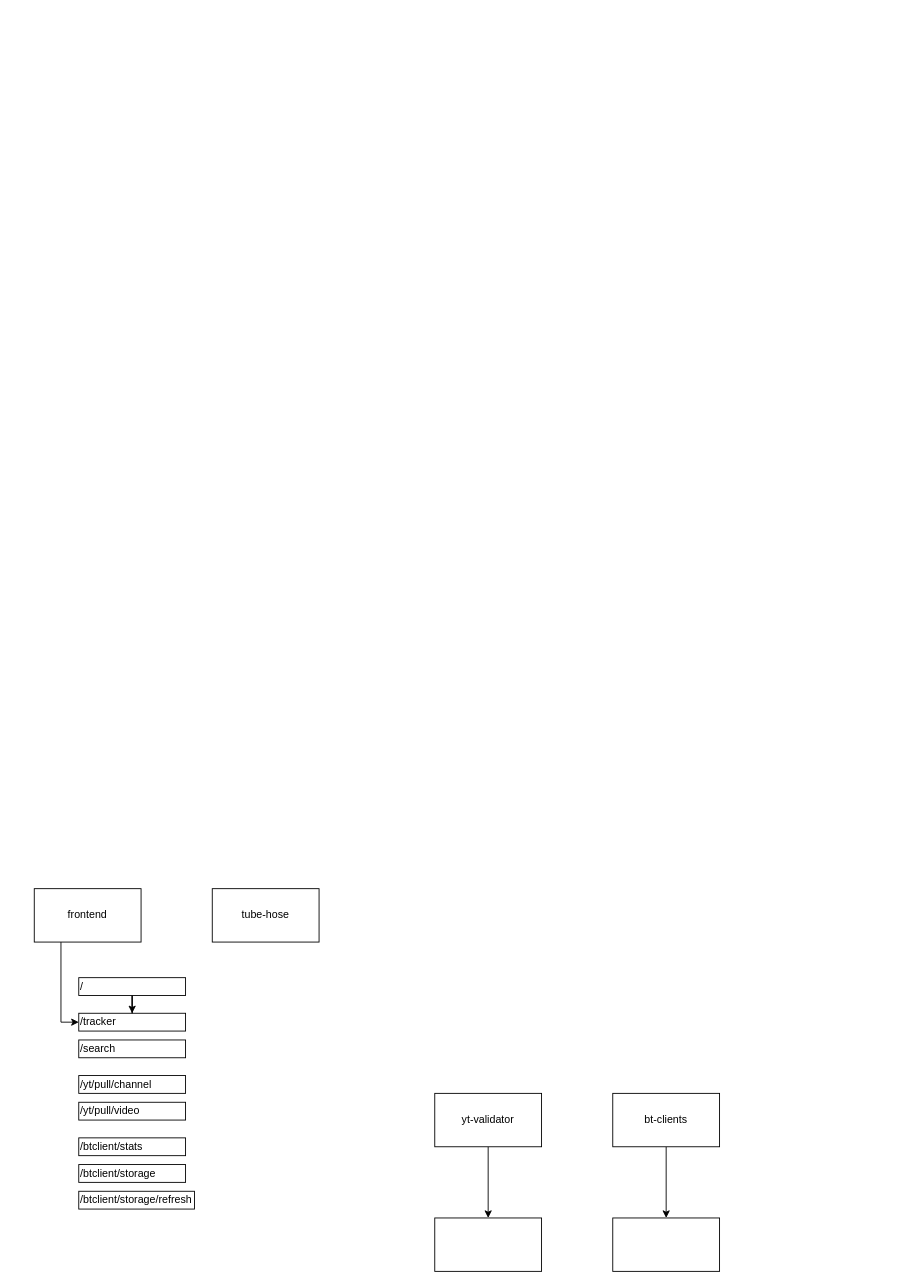
This is shiori.drawio from TheLQ/tako-diagrams, a draw.io file, before an edit. Source tidied: cells renumbered, new cells numbered last; positions are measured from the earlier drawing's top-left corner, leaving out a move shared by most shapes. Both pictures are drawn from the tidied source at 89%, with x=0, y=0 at pixel (34, 888).
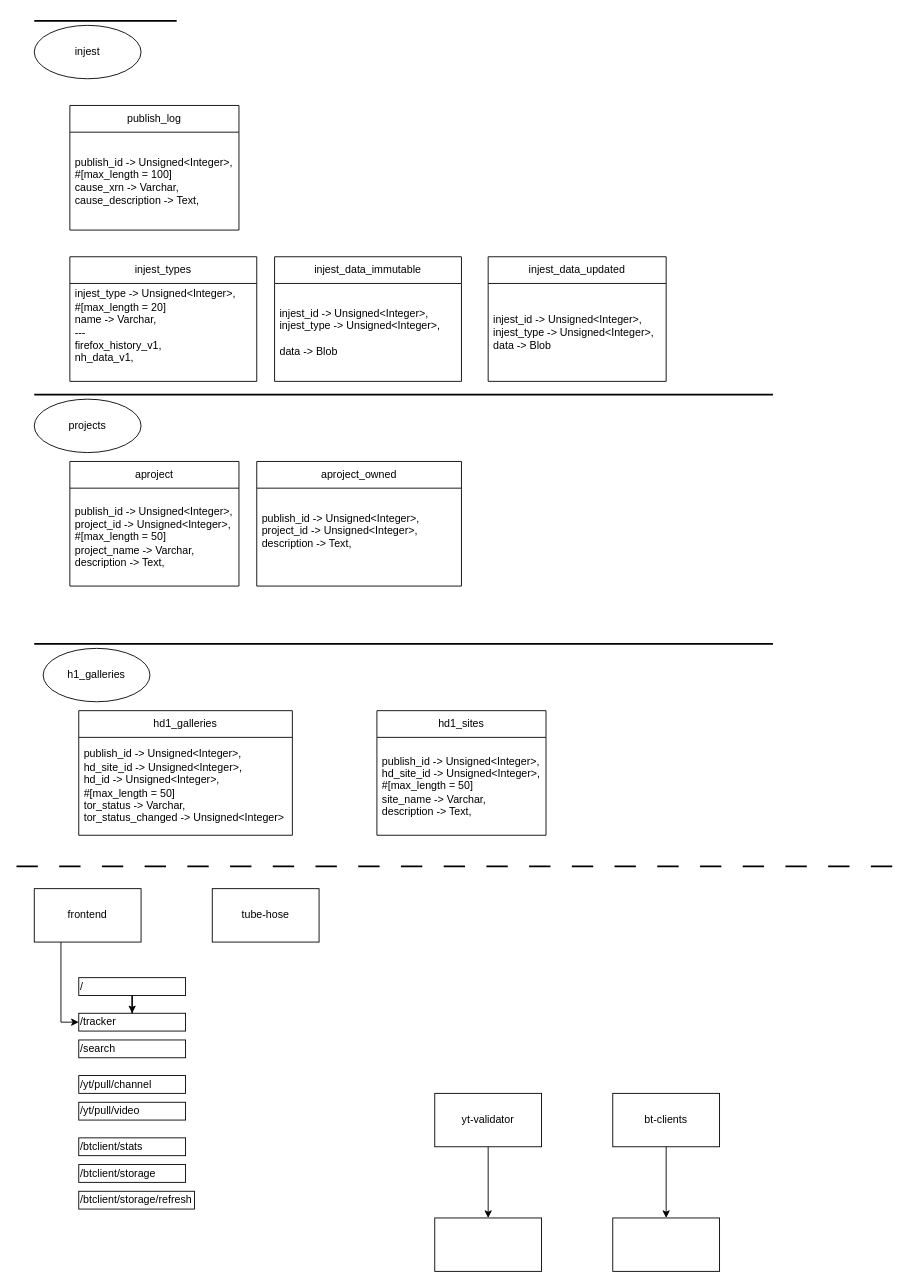
After the change.

Commit message:
shiori: more tables

What changed in the source:
```diff
@@
+    <mxCell id="20" style="line;strokeWidth=2;html=1;dashed=1;dashPattern=12 12;" parent="1" vertex="1">
+      <mxGeometry x="-20" y="-30" width="1000" height="10" as="geometry" />
+    </mxCell>
+    <mxCell id="21" value="injest" style="ellipse;whiteSpace=wrap;html=1;" parent="1" vertex="1">
+      <mxGeometry y="-970" width="120" height="60" as="geometry" />
+    </mxCell>
+    <mxCell id="22" style="line;strokeWidth=2;html=1;" parent="1" vertex="1">
+      <mxGeometry y="-980" width="160" height="10" as="geometry" />
+    </mxCell>
+    <mxCell id="23" value="aproject" style="swimlane;fontStyle=0;horizontal=1;startSize=30;whiteSpace=wrap;html=1;" parent="1" vertex="1">
+      <mxGeometry x="40" y="-480" width="190" height="140" as="geometry" />
+    </mxCell>
+    <mxCell id="24" value="&lt;div&gt;&lt;div&gt;publish_id&amp;nbsp;-&amp;gt; Unsigned&amp;lt;Integer&amp;gt;,&lt;/div&gt;&lt;/div&gt;&lt;div&gt;project_id -&amp;gt; Unsigned&amp;lt;Integer&amp;gt;,&lt;/div&gt;&lt;div&gt;#[max_length = 50]&lt;/div&gt;project_name -&amp;gt; Varchar,&lt;br&gt;description -&amp;gt; Text," style="text;strokeColor=none;fillColor=none;align=left;verticalAlign=middle;spacingLeft=4;spacingRight=4;overflow=hidden;whiteSpace=wrap;html=1;" parent="23" vertex="1">
+      <mxGeometry y="30" width="190" height="110" as="geometry" />
+    </mxCell>
+    <mxCell id="25" value="aproject_owned" style="swimlane;fontStyle=0;horizontal=1;startSize=30;whiteSpace=wrap;html=1;" parent="1" vertex="1">
+      <mxGeometry x="250" y="-480" width="230" height="140" as="geometry" />
+    </mxCell>
+    <mxCell id="26" value="&lt;div&gt;publish_id&amp;nbsp;-&amp;gt; Unsigned&amp;lt;Integer&amp;gt;,&lt;/div&gt;&lt;div&gt;project_id -&amp;gt; Unsigned&amp;lt;Integer&amp;gt;,&lt;/div&gt;description -&amp;gt; Text,&lt;br&gt;&lt;div&gt;&lt;br&gt;&lt;/div&gt;" style="text;strokeColor=none;fillColor=none;align=left;verticalAlign=middle;spacingLeft=4;spacingRight=4;overflow=hidden;whiteSpace=wrap;html=1;" parent="25" vertex="1">
+      <mxGeometry y="30" width="230" height="110" as="geometry" />
+    </mxCell>
+    <mxCell id="27" value="publish_log" style="swimlane;fontStyle=0;horizontal=1;startSize=30;whiteSpace=wrap;html=1;" parent="1" vertex="1">
+      <mxGeometry x="40" y="-880" width="190" height="140" as="geometry" />
+    </mxCell>
+    <mxCell id="28" value="&lt;div&gt;publish_id&amp;nbsp;-&amp;gt; Unsigned&amp;lt;Integer&amp;gt;,&lt;/div&gt;&lt;div&gt;#[max_length = 100]&lt;/div&gt;&lt;div&gt;cause_xrn -&amp;gt; Varchar,&lt;/div&gt;&lt;div&gt;cause_description -&amp;gt; Text,&lt;/div&gt;" style="text;strokeColor=none;fillColor=none;align=left;verticalAlign=middle;spacingLeft=4;spacingRight=4;overflow=hidden;whiteSpace=wrap;html=1;" parent="27" vertex="1">
+      <mxGeometry y="30" width="190" height="110" as="geometry" />
+    </mxCell>
+    <mxCell id="29" value="injest_data_immutable" style="swimlane;fontStyle=0;horizontal=1;startSize=30;whiteSpace=wrap;html=1;" parent="1" vertex="1">
+      <mxGeometry x="270" y="-710" width="210" height="140" as="geometry" />
+    </mxCell>
+    <mxCell id="30" value="&lt;div&gt;injest_id -&amp;gt; Unsigned&amp;lt;Integer&amp;gt;,&lt;/div&gt;&lt;div&gt;&lt;div&gt;injest_type -&amp;gt; Unsigned&amp;lt;Integer&amp;gt;,&lt;/div&gt;&lt;div&gt;&lt;br&gt;&lt;/div&gt;data -&amp;gt; Blob&lt;/div&gt;" style="text;strokeColor=none;fillColor=none;align=left;verticalAlign=middle;spacingLeft=4;spacingRight=4;overflow=hidden;whiteSpace=wrap;html=1;" parent="29" vertex="1">
+      <mxGeometry y="30" width="210" height="110" as="geometry" />
+    </mxCell>
+    <mxCell id="31" value="injest_data_updated" style="swimlane;fontStyle=0;horizontal=1;startSize=30;whiteSpace=wrap;html=1;" parent="1" vertex="1">
+      <mxGeometry x="510" y="-710" width="200" height="140" as="geometry" />
+    </mxCell>
+    <mxCell id="32" value="&lt;div&gt;injest_id -&amp;gt; Unsigned&amp;lt;Integer&amp;gt;,&lt;/div&gt;&lt;div&gt;injest_type -&amp;gt; Unsigned&amp;lt;Integer&amp;gt;,&lt;/div&gt;&lt;div&gt;data -&amp;gt; Blob&lt;/div&gt;" style="text;strokeColor=none;fillColor=none;align=left;verticalAlign=middle;spacingLeft=4;spacingRight=4;overflow=hidden;whiteSpace=wrap;html=1;" parent="31" vertex="1">
+      <mxGeometry y="30" width="200" height="110" as="geometry" />
+    </mxCell>
+    <mxCell id="33" value="injest_types" style="swimlane;fontStyle=0;horizontal=1;startSize=30;whiteSpace=wrap;html=1;" parent="1" vertex="1">
+      <mxGeometry x="40" y="-710" width="210" height="140" as="geometry" />
+    </mxCell>
+    <mxCell id="34" value="&lt;div&gt;injest_type -&amp;gt; Unsigned&amp;lt;Integer&amp;gt;,&lt;/div&gt;&lt;div&gt;#[max_length = 20]&lt;/div&gt;&lt;div&gt;name -&amp;gt; Varchar,&lt;br&gt;---&lt;/div&gt;&lt;div&gt;firefox_history_v1,&lt;/div&gt;&lt;div&gt;nh_data_v1,&lt;/div&gt;&lt;div&gt;&lt;br&gt;&lt;/div&gt;" style="text;strokeColor=none;fillColor=none;align=left;verticalAlign=middle;spacingLeft=4;spacingRight=4;overflow=hidden;whiteSpace=wrap;html=1;" parent="33" vertex="1">
+      <mxGeometry y="30" width="210" height="110" as="geometry" />
+    </mxCell>
+    <mxCell id="35" style="line;strokeWidth=2;html=1;" parent="1" vertex="1">
+      <mxGeometry y="-560" width="830" height="10" as="geometry" />
+    </mxCell>
+    <mxCell id="36" value="projects" style="ellipse;whiteSpace=wrap;html=1;" parent="1" vertex="1">
+      <mxGeometry y="-550" width="120" height="60" as="geometry" />
+    </mxCell>
+    <mxCell id="37" style="line;strokeWidth=2;html=1;" parent="1" vertex="1">
+      <mxGeometry y="-280" width="830" height="10" as="geometry" />
+    </mxCell>
+    <mxCell id="38" value="h1_galleries" style="ellipse;whiteSpace=wrap;html=1;" parent="1" vertex="1">
+      <mxGeometry x="10" y="-270" width="120" height="60" as="geometry" />
+    </mxCell>
+    <mxCell id="39" value="hd1_galleries" style="swimlane;fontStyle=0;horizontal=1;startSize=30;whiteSpace=wrap;html=1;" parent="1" vertex="1">
+      <mxGeometry x="50" y="-200" width="240" height="140" as="geometry" />
+    </mxCell>
+    <mxCell id="40" value="&lt;div&gt;&lt;div&gt;publish_id&amp;nbsp;-&amp;gt; Unsigned&amp;lt;Integer&amp;gt;,&lt;/div&gt;&lt;/div&gt;&lt;div&gt;&lt;div&gt;hd_site_id -&amp;gt; Unsigned&amp;lt;Integer&amp;gt;,&lt;/div&gt;&lt;/div&gt;&lt;div&gt;hd_id -&amp;gt; Unsigned&amp;lt;Integer&amp;gt;,&lt;/div&gt;&lt;div&gt;#[max_length = 50]&lt;/div&gt;&lt;div&gt;tor_status -&amp;gt; Varchar,&lt;/div&gt;&lt;div&gt;tor_status_changed -&amp;gt; Unsigned&amp;lt;Integer&amp;gt;&lt;/div&gt;" style="text;strokeColor=none;fillColor=none;align=left;verticalAlign=middle;spacingLeft=4;spacingRight=4;overflow=hidden;whiteSpace=wrap;html=1;" parent="39" vertex="1">
+      <mxGeometry y="30" width="240" height="110" as="geometry" />
+    </mxCell>
+    <mxCell id="41" value="hd1_sites" style="swimlane;fontStyle=0;horizontal=1;startSize=30;whiteSpace=wrap;html=1;" parent="1" vertex="1">
+      <mxGeometry x="385" y="-200" width="190" height="140" as="geometry" />
+    </mxCell>
+    <mxCell id="42" value="&lt;div&gt;&lt;div&gt;publish_id&amp;nbsp;-&amp;gt; Unsigned&amp;lt;Integer&amp;gt;,&lt;/div&gt;&lt;/div&gt;&lt;div&gt;hd_site_id -&amp;gt; Unsigned&amp;lt;Integer&amp;gt;,&lt;/div&gt;&lt;div&gt;#[max_length = 50]&lt;/div&gt;site_name -&amp;gt; Varchar,&lt;br&gt;description -&amp;gt; Text," style="text;strokeColor=none;fillColor=none;align=left;verticalAlign=middle;spacingLeft=4;spacingRight=4;overflow=hidden;whiteSpace=wrap;html=1;" parent="41" vertex="1">
+      <mxGeometry y="30" width="190" height="110" as="geometry" />
+    </mxCell>
```
